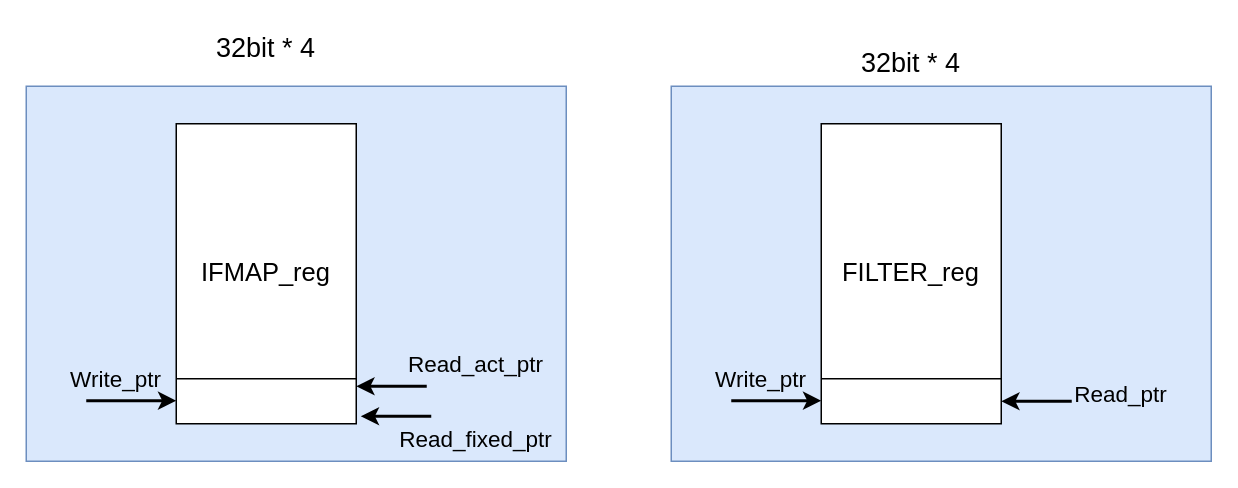
This is page "第 2 页" (2 of 6) of LAB/AOC_2024_Lab4/AOC_LAB4.drawio from kevin199907/AOC, a draw.io file, before an edit. Source tidied: cells renumbered, new cells numbered last; positions are measured from the earlier drawing's top-left corner, leaving out a move shared by most shapes. Both pictures are drawn from the tidied source at 150%, with x=0, y=0 at pixel (26, 26).
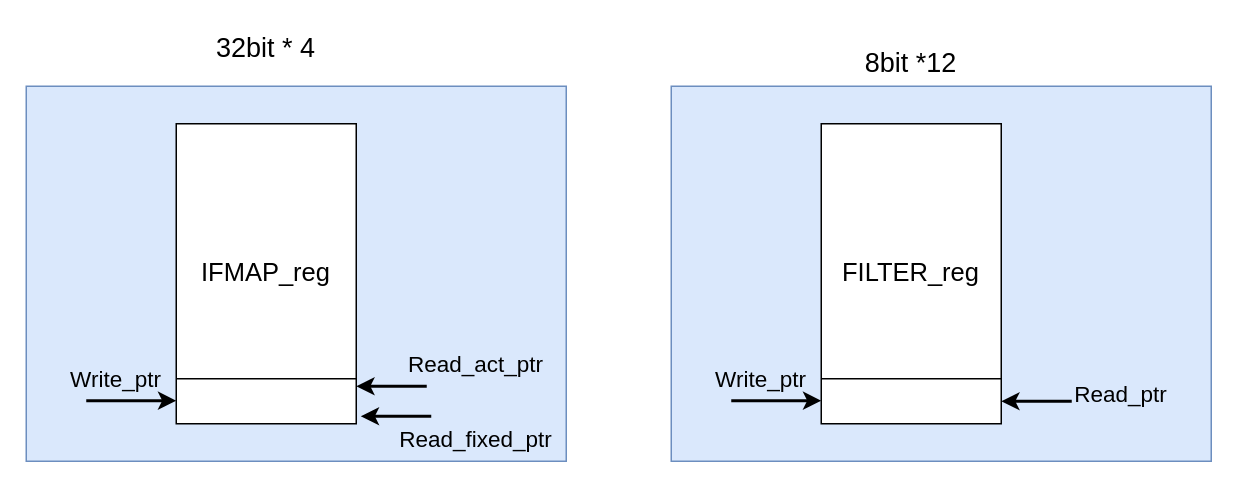
The same diagram, later.

The edit, as a diff of the source:
```diff
@@
-    <mxCell id="19" value="&lt;font style=&quot;font-size: 18px;&quot;&gt;32bit * 4&lt;/font&gt;" style="text;html=1;align=center;verticalAlign=middle;whiteSpace=wrap;rounded=0;" parent="1" vertex="1">
+    <mxCell id="19" value="&lt;font style=&quot;font-size: 18px;&quot;&gt;8bit *12&lt;/font&gt;" style="text;html=1;align=center;verticalAlign=middle;whiteSpace=wrap;rounded=0;" parent="1" vertex="1">
       <mxGeometry x="555" y="10" width="70" height="30" as="geometry" />
     </mxCell>
```
